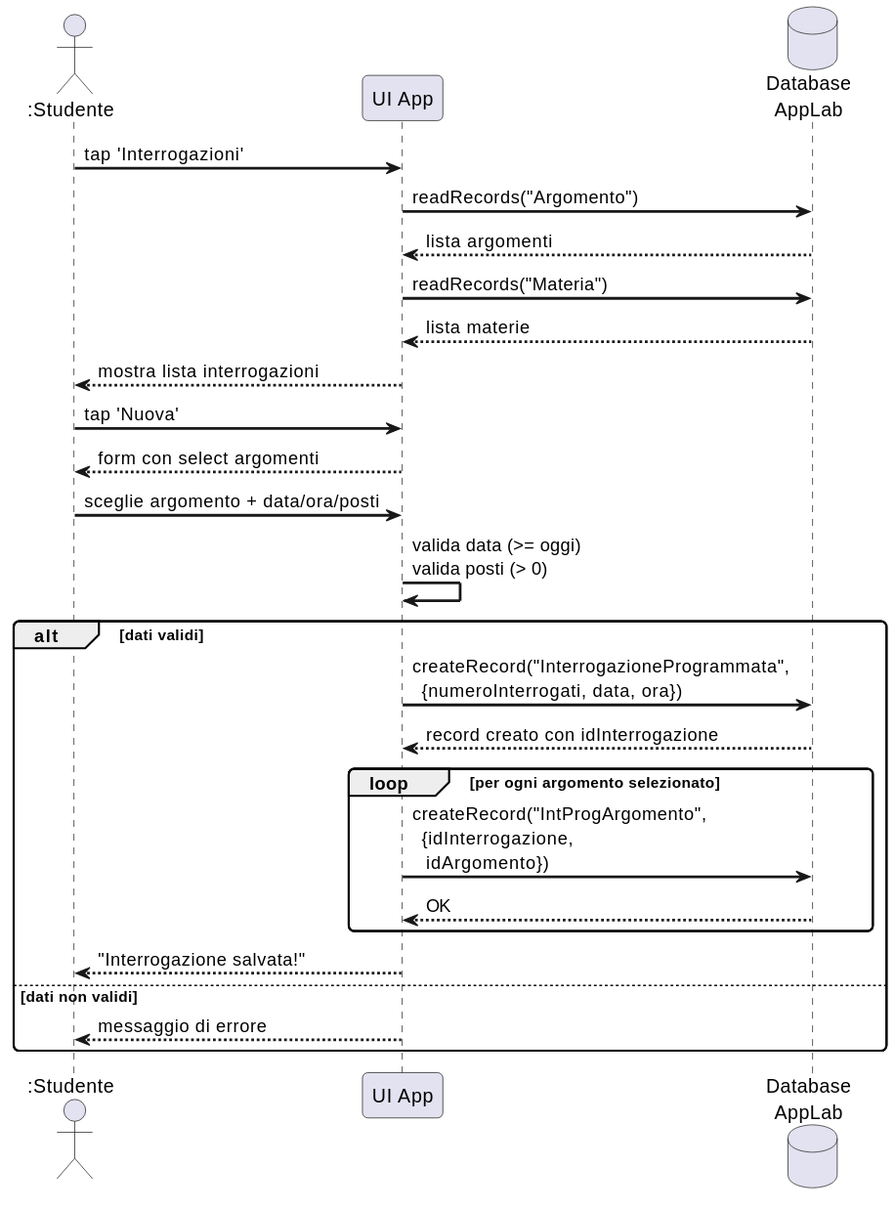
gionatamassibenincasa/study-together keeps this PlantUML diagram as images/sd-inserimento-interrogazione.svg. Above is the earlier version.
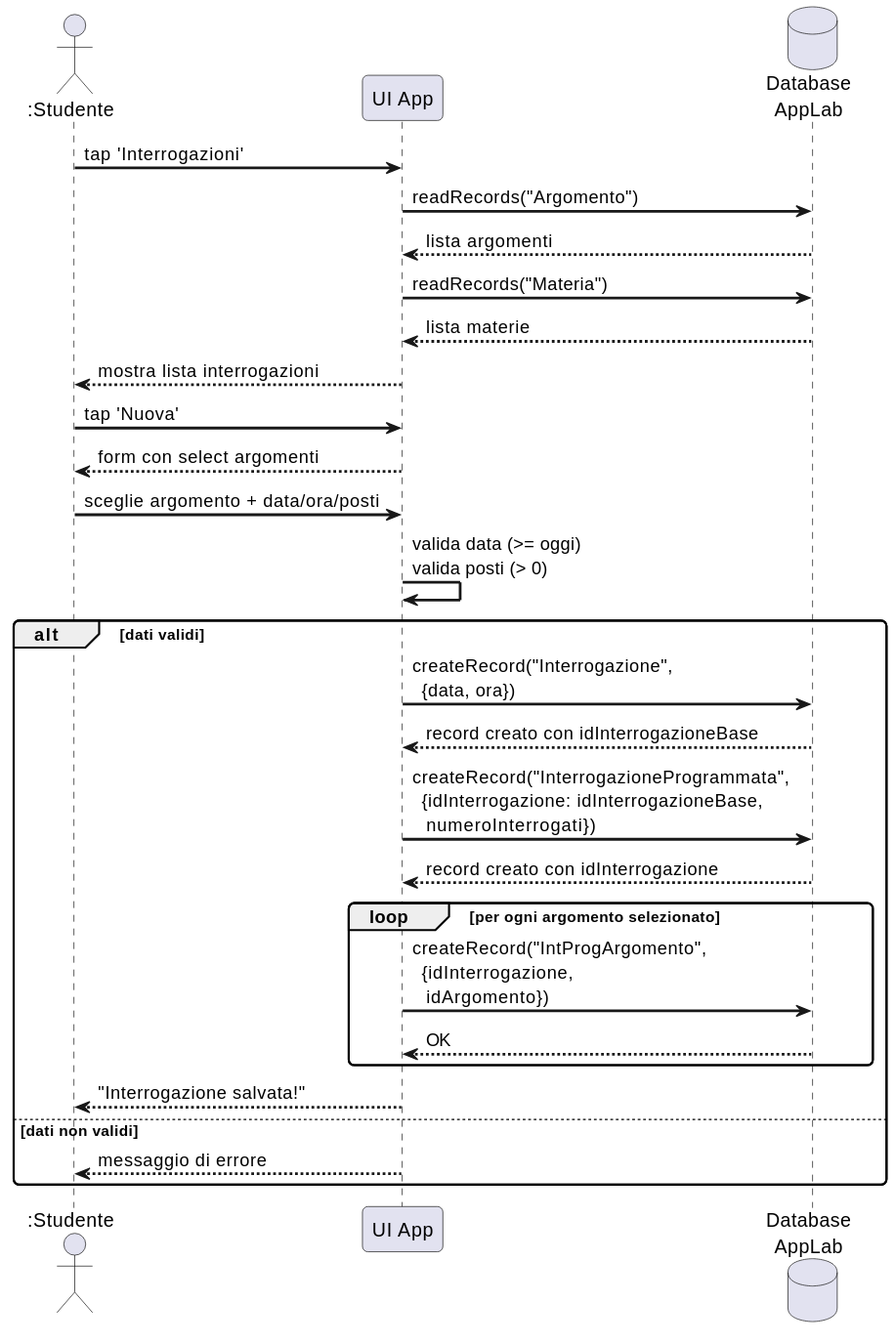
After the commit.

The edit, as a diff of the source:
```diff
@@ -22,7 +22,9 @@
 UI -> UI : valida data (>= oggi)\nvalida posti (> 0)
 
 alt dati validi
-  UI -> DB : createRecord("InterrogazioneProgrammata",\n  {numeroInterrogati, data, ora})
+  UI -> DB : createRecord("Interrogazione",\n  {data, ora})
+  DB --> UI : record creato con idInterrogazioneBase
+  UI -> DB : createRecord("InterrogazioneProgrammata",\n  {idInterrogazione: idInterrogazioneBase,\n   numeroInterrogati})
   DB --> UI : record creato con idInterrogazione
   loop per ogni argomento selezionato
     UI -> DB : createRecord("IntProgArgomento",\n  {idInterrogazione,\n   idArgomento})
```
